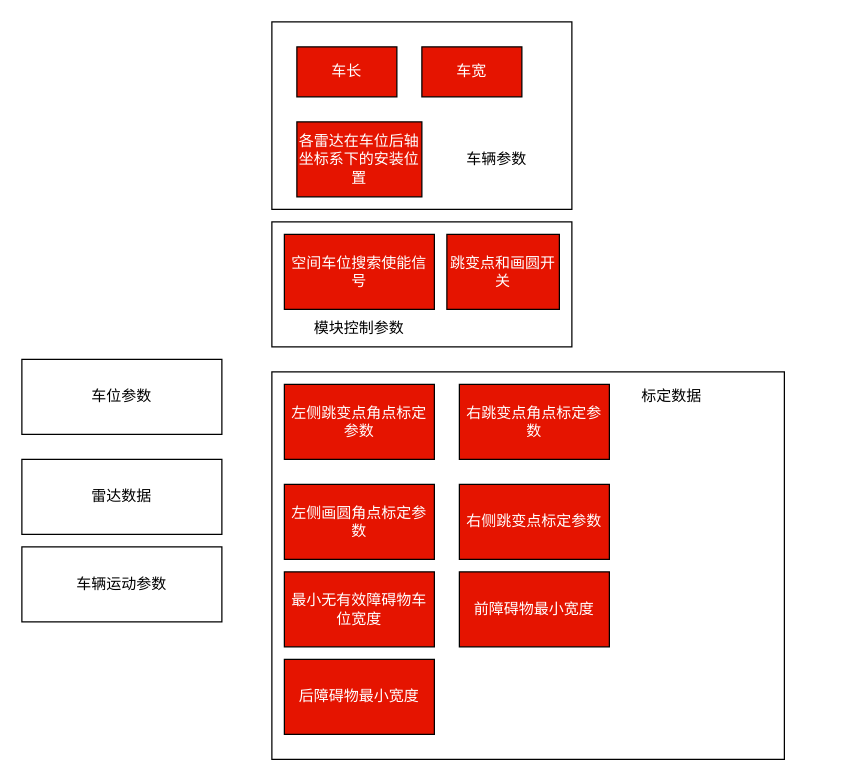
Before: page "空间车位搜索" (1 of 4) of FAPA/FAPA-new.drawio in bugquella/diagrams, a draw.io diagram. Source tidied: cells renumbered, new cells numbered last; positions are measured from the earlier drawing's top-left corner, leaving out a move shared by most shapes. Both pictures are drawn from the tidied source at 125%, with x=0, y=0 at pixel (21, 21).
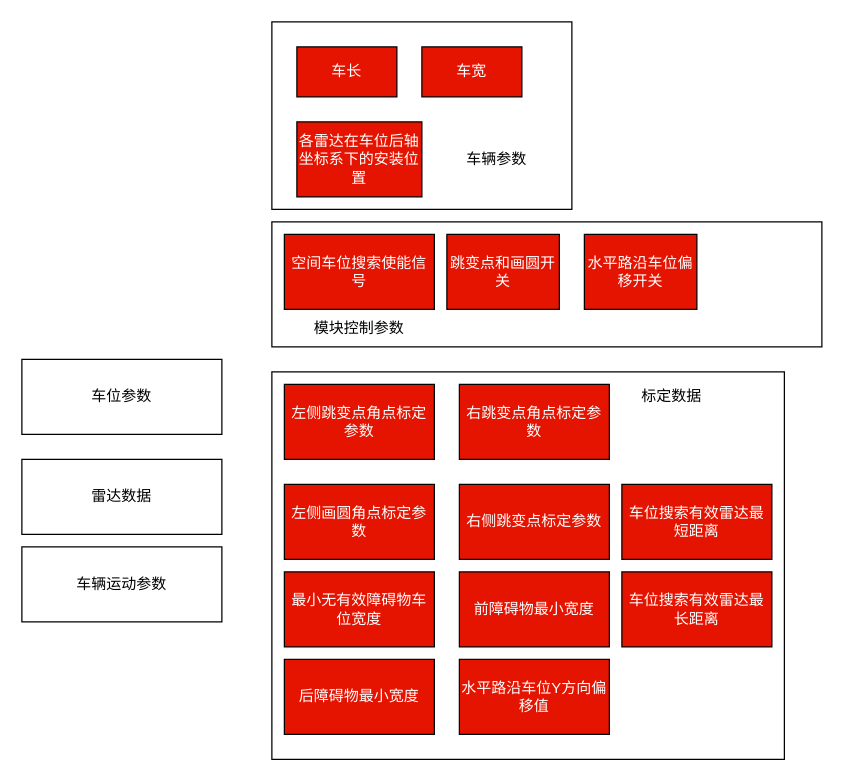
The same page after the edit.

Diff of the diagram source:
```diff
@@
     <mxCell id="4" style="rounded=0;whiteSpace=wrap;html=1;" parent="1" vertex="1">
-      <mxGeometry x="200" y="160" width="240" height="100" as="geometry" />
+      <mxGeometry x="200" y="160" width="440" height="100" as="geometry" />
     </mxCell>
@@
+    <mxCell id="23" value="车位搜索有效雷达最短距离" style="rounded=0;whiteSpace=wrap;html=1;fillColor=#e51400;fontColor=#ffffff;strokeColor=#000000;" parent="1" vertex="1">
+      <mxGeometry x="480" y="370" width="120" height="60" as="geometry" />
+    </mxCell>
+    <mxCell id="24" value="车位搜索有效雷达最长距离" style="rounded=0;whiteSpace=wrap;html=1;fillColor=#e51400;fontColor=#ffffff;strokeColor=#000000;" parent="1" vertex="1">
+      <mxGeometry x="480" y="440" width="120" height="60" as="geometry" />
+    </mxCell>
+    <mxCell id="25" value="水平路沿车位偏移开关" style="rounded=0;whiteSpace=wrap;html=1;fillColor=#e51400;fontColor=#ffffff;strokeColor=#000000;" parent="1" vertex="1">
+      <mxGeometry x="450" y="170" width="90" height="60" as="geometry" />
+    </mxCell>
+    <mxCell id="26" value="水平路沿车位Y方向偏移值" style="rounded=0;whiteSpace=wrap;html=1;fillColor=#e51400;fontColor=#ffffff;strokeColor=#000000;" parent="1" vertex="1">
+      <mxGeometry x="350" y="510" width="120" height="60" as="geometry" />
+    </mxCell>
```
